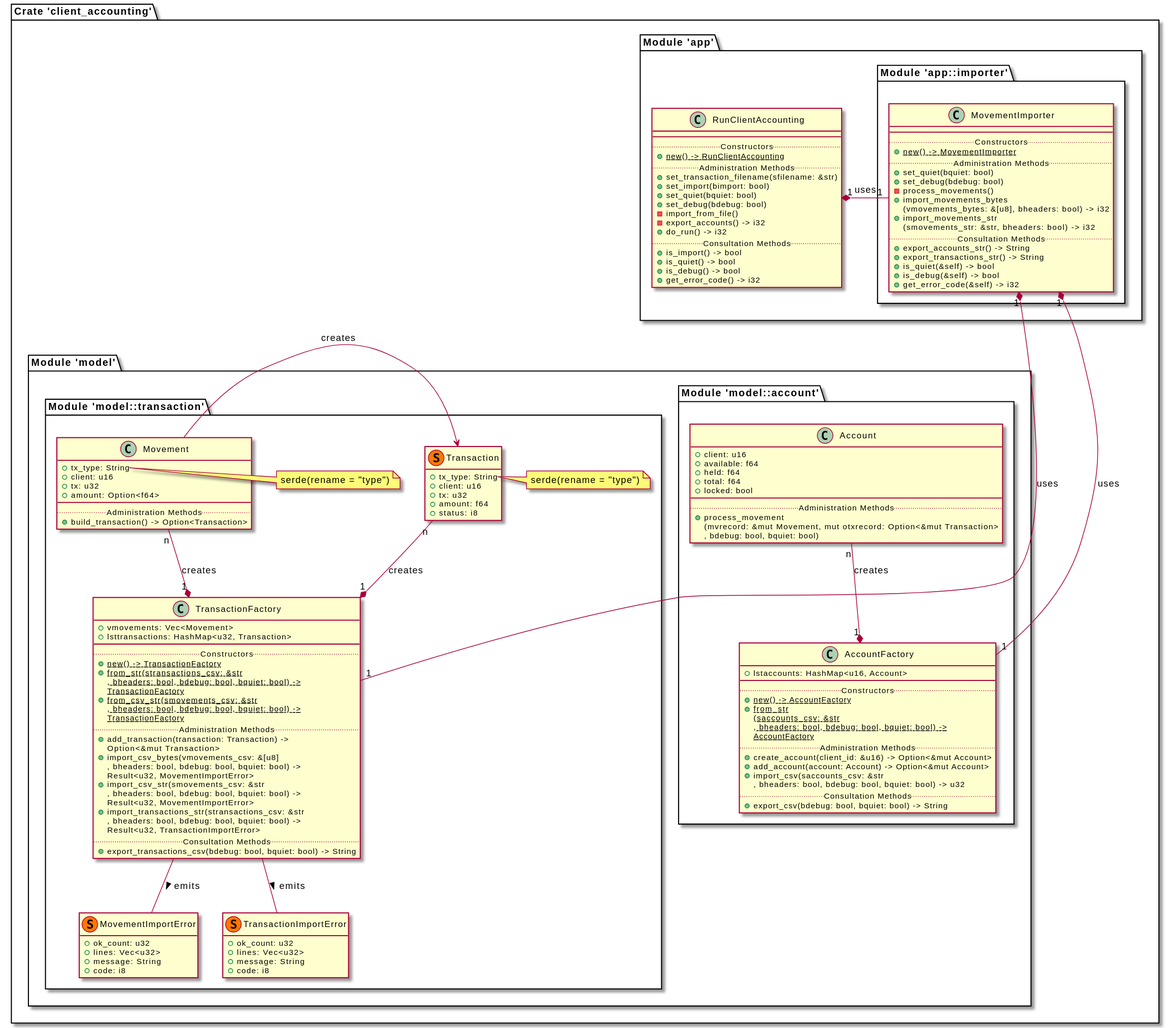
Before: docs/client-accounting_class-diagram.svg, a diagram exported from PlantUML (bodo-hugo-barwich/client-accounting-rs).
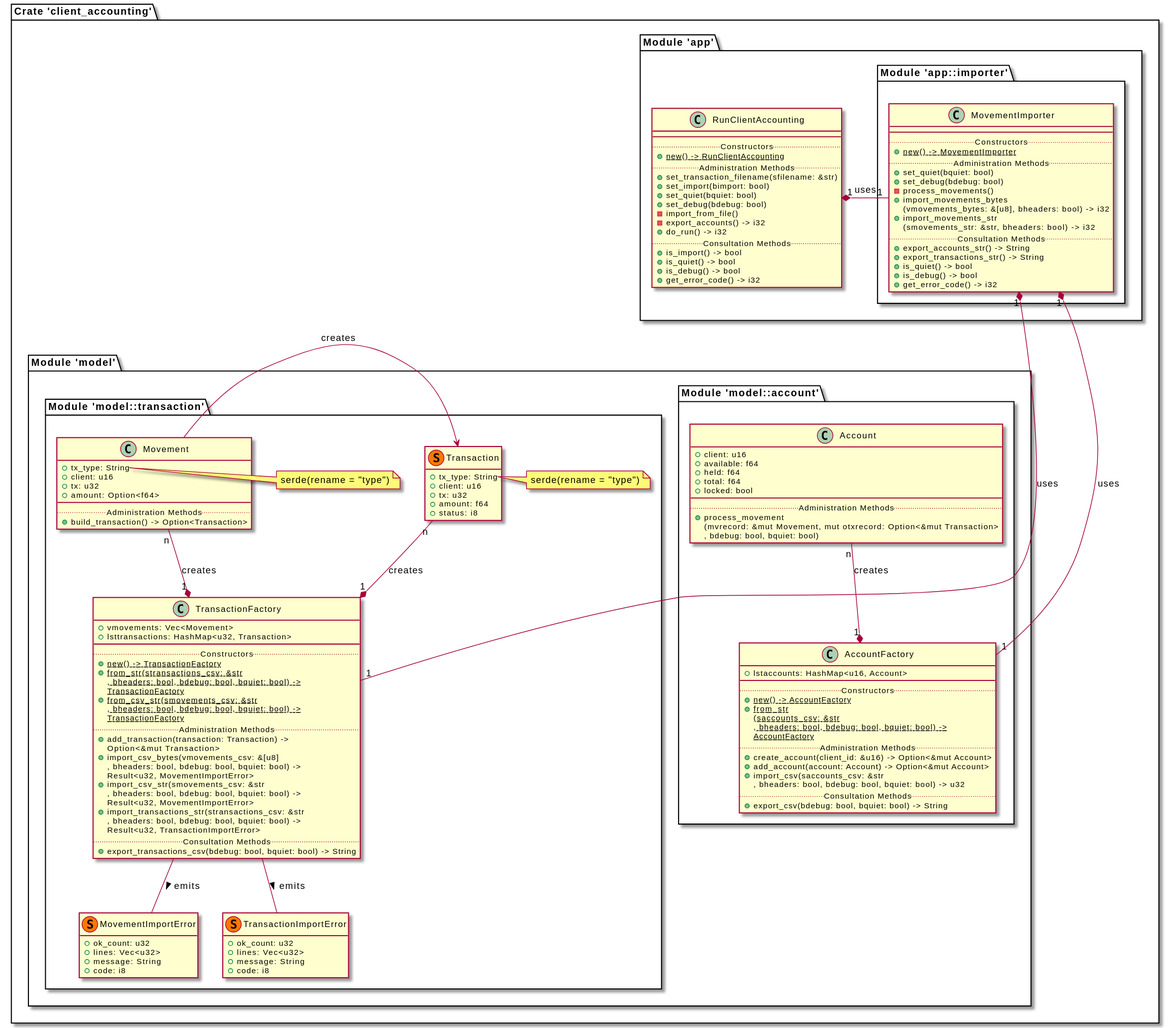
The same diagram one commit later.

Commit message:
Class Diagram Formatting

Diff of the diagram source:
```diff
@@ -32,15 +32,15 @@
 {method} + set_debug(bdebug: bool)
 {method} - process_movements()
 {method} + import_movements_bytes
-      (vmovements_bytes: &[u8], bheaders: bool) -> i32
+  (vmovements_bytes: &[u8], bheaders: bool) -> i32
 {method} + import_movements_str
-      (smovements_str: &str, bheaders: bool) -> i32
+  (smovements_str: &str, bheaders: bool) -> i32
 .. Consultation Methods ..
 {method} + export_accounts_str() -> String
 {method} + export_transactions_str() -> String
-{method} + is_quiet(&self) -> bool
-{method} + is_debug(&self) -> bool
-{method} + get_error_code(&self) -> i32
+{method} + is_quiet() -> bool
+{method} + is_debug() -> bool
+{method} + get_error_code() -> i32
 }
 }
 
@@ -61,8 +61,8 @@
 __
 .. Administration Methods ..
 {method} + process_movement
-    (mvrecord: &mut Movement, mut otxrecord: Option<&mut Transaction>
-    , bdebug: bool, bquiet: bool)
+  (mvrecord: &mut Movement, mut otxrecord: Option<&mut Transaction>
+  , bdebug: bool, bquiet: bool)
 }
 
 class AccountFactory {
@@ -78,7 +78,7 @@
 {method} + create_account(client_id: &u16) -> Option<&mut Account>
 {method} + add_account(account: Account) -> Option<&mut Account>
 {method} + import_csv(saccounts_csv: &str
-    , bheaders: bool, bdebug: bool, bquiet: bool) -> u32
+  , bheaders: bool, bdebug: bool, bquiet: bool) -> u32
 .. Consultation Methods ..
 {method} + export_csv(bdebug: bool, bquiet: bool) -> String
 }
@@ -167,10 +167,8 @@
 
 TransactionFactory “1" *-up- "n" Transaction : creates
 TransactionFactory “1" *-up- "n" Movement : creates
-
-
+}
 }
 
 
-}
 @enduml
```
